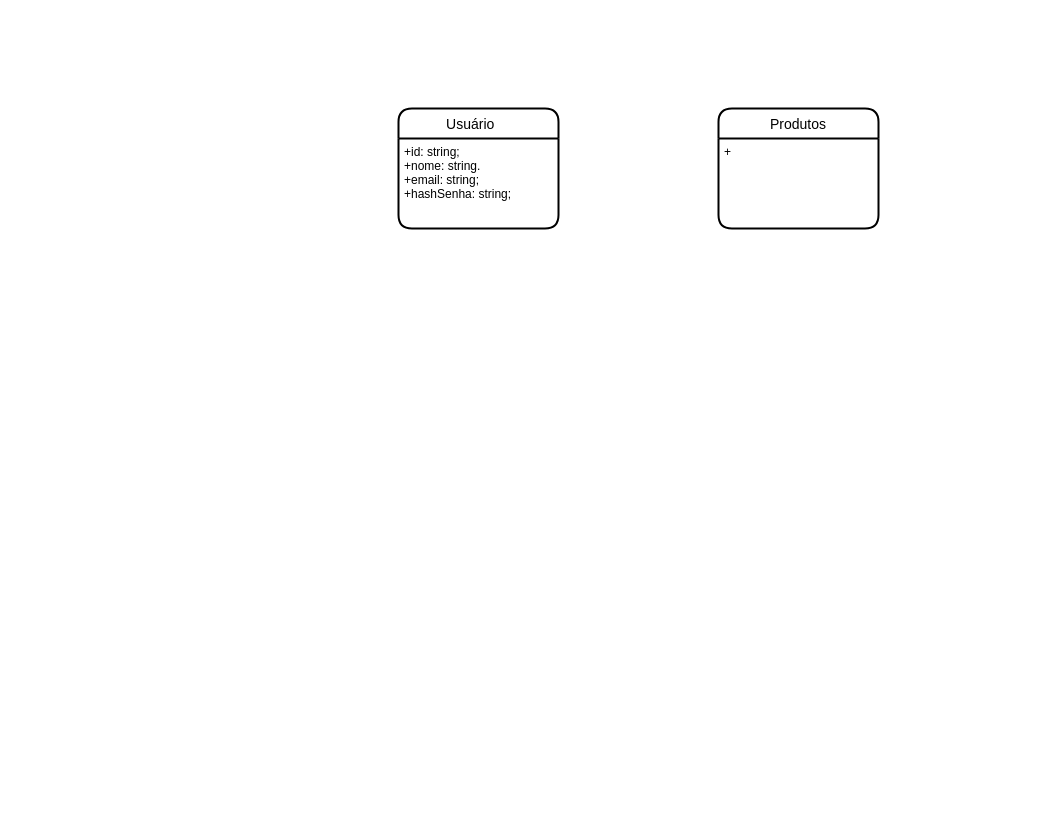
Above: backend/relations_entity/relations.drawio in Joaopdev/MariaPiaDoceria (draw.io), before the change. Source tidied: cells renumbered, new cells numbered last; positions are measured from the earlier drawing's top-left corner, leaving out a move shared by most shapes. Both pictures are drawn from the tidied source at 100%, with x=0, y=0 at pixel (398, 108).
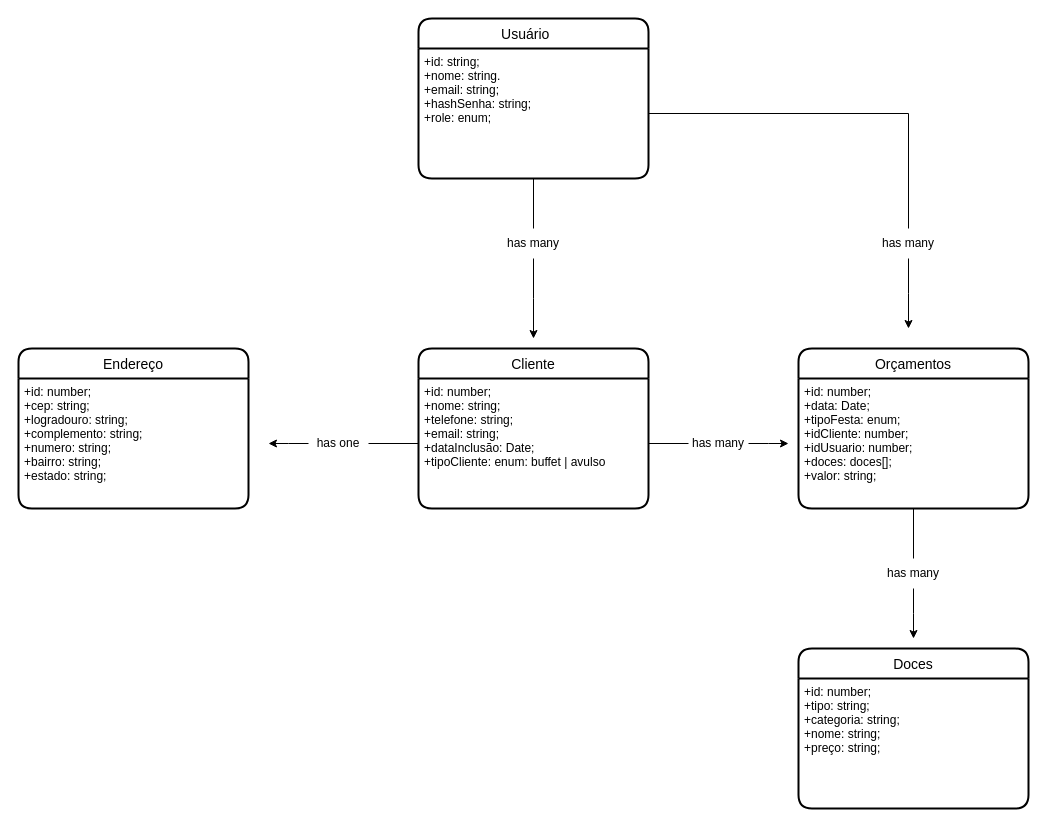
After the change.

The edit, as a diff of the source:
```diff
@@
     <mxCell id="2" value="Usuário    " style="swimlane;horizontal=1;startSize=30;rounded=1;fontSize=14;fontStyle=0;strokeWidth=2;shadow=0;dashed=0;align=center;" parent="1" vertex="1">
-      <mxGeometry width="160" height="120" as="geometry" />
+      <mxGeometry x="20" y="-90" width="230" height="160" as="geometry" />
     </mxCell>
-    <mxCell id="3" value="+id: string;&#10;+nome: string.&#10;+email: string;&#10;+hashSenha: string;" style="align=left;strokeColor=none;fillColor=none;spacingLeft=4;fontSize=12;verticalAlign=top;" parent="2" vertex="1">
-      <mxGeometry y="30" width="160" height="90" as="geometry" />
+    <mxCell id="3" value="+id: string;&#10;+nome: string.&#10;+email: string;&#10;+hashSenha: string;&#10;+role: enum;" style="align=left;strokeColor=none;fillColor=none;spacingLeft=4;fontSize=12;verticalAlign=top;" parent="2" vertex="1">
+      <mxGeometry y="30" width="230" height="130" as="geometry" />
     </mxCell>
-    <mxCell id="4" value="Produtos" style="swimlane;horizontal=1;startSize=30;rounded=1;fontSize=14;fontStyle=0;strokeWidth=2;shadow=0;dashed=0;align=center;" parent="1" vertex="1">
-      <mxGeometry x="320" width="160" height="120" as="geometry" />
+    <mxCell id="4" value="Cliente" style="swimlane;horizontal=1;startSize=30;rounded=1;fontSize=14;fontStyle=0;strokeWidth=2;shadow=0;dashed=0;align=center;" parent="1" vertex="1">
+      <mxGeometry x="20" y="240" width="230" height="160" as="geometry" />
     </mxCell>
-    <mxCell id="5" value="+" style="align=left;strokeColor=none;fillColor=none;spacingLeft=4;fontSize=12;verticalAlign=top;" parent="4" vertex="1">
-      <mxGeometry y="30" width="160" height="90" as="geometry" />
+    <mxCell id="5" value="+id: number;&#10;+nome: string;&#10;+telefone: string;&#10;+email: string;&#10;+dataInclusão: Date;&#10;+tipoCliente: enum: buffet | avulso" style="align=left;strokeColor=none;fillColor=none;spacingLeft=4;fontSize=12;verticalAlign=top;" parent="4" vertex="1">
+      <mxGeometry y="30" width="230" height="130" as="geometry" />
     </mxCell>
+    <mxCell id="6" value="Endereço" style="swimlane;horizontal=1;startSize=30;rounded=1;fontSize=14;fontStyle=0;strokeWidth=2;shadow=0;dashed=0;align=center;" parent="1" vertex="1">
+      <mxGeometry x="-380" y="240" width="230" height="160" as="geometry" />
+    </mxCell>
+    <mxCell id="7" value="+id: number;&#10;+cep: string;&#10;+logradouro: string;&#10;+complemento: string;&#10;+numero: string;&#10;+bairro: string;&#10;+estado: string;" style="align=left;strokeColor=none;fillColor=none;spacingLeft=4;fontSize=12;verticalAlign=top;" parent="6" vertex="1">
+      <mxGeometry y="30" width="230" height="130" as="geometry" />
+    </mxCell>
+    <mxCell id="8" style="edgeStyle=orthogonalEdgeStyle;rounded=0;jettySize=auto;html=1;startArrow=none;" parent="1" edge="1" source="20">
+      <mxGeometry relative="1" as="geometry">
+        <mxPoint x="-130" y="335" as="targetPoint" />
+      </mxGeometry>
+    </mxCell>
+    <mxCell id="9" style="edgeStyle=orthogonalEdgeStyle;rounded=0;jettySize=auto;html=1;startArrow=none;" parent="1" edge="1" source="22">
+      <mxGeometry relative="1" as="geometry">
+        <mxPoint x="135" y="230" as="targetPoint" />
+      </mxGeometry>
+    </mxCell>
+    <mxCell id="10" value="Doces" style="swimlane;horizontal=1;startSize=30;rounded=1;fontSize=14;fontStyle=0;strokeWidth=2;shadow=0;dashed=0;align=center;" parent="1" vertex="1">
+      <mxGeometry x="400" y="540" width="230" height="160" as="geometry" />
+    </mxCell>
+    <mxCell id="11" value="+id: number;&#10;+tipo: string;&#10;+categoria: string;&#10;+nome: string;&#10;+preço: string;" style="align=left;strokeColor=none;fillColor=none;spacingLeft=4;fontSize=12;verticalAlign=top;" parent="10" vertex="1">
+      <mxGeometry y="30" width="230" height="130" as="geometry" />
+    </mxCell>
+    <mxCell id="12" style="edgeStyle=orthogonalEdgeStyle;rounded=0;jettySize=auto;html=1;startArrow=none;" parent="1" edge="1" source="18">
+      <mxGeometry relative="1" as="geometry">
+        <mxPoint x="515" y="530" as="targetPoint" />
+      </mxGeometry>
+    </mxCell>
+    <mxCell id="13" value="Orçamentos" style="swimlane;horizontal=1;startSize=30;rounded=1;fontSize=14;fontStyle=0;strokeWidth=2;shadow=0;dashed=0;align=center;" parent="1" vertex="1">
+      <mxGeometry x="400" y="240" width="230" height="160" as="geometry" />
+    </mxCell>
+    <mxCell id="14" value="+id: number;&#10;+data: Date;&#10;+tipoFesta: enum;&#10;+idCliente: number;&#10;+idUsuario: number;&#10;+doces: doces[];&#10;+valor: string;" style="align=left;strokeColor=none;fillColor=none;spacingLeft=4;fontSize=12;verticalAlign=top;" parent="13" vertex="1">
+      <mxGeometry y="30" width="230" height="130" as="geometry" />
+    </mxCell>
+    <mxCell id="15" style="edgeStyle=orthogonalEdgeStyle;rounded=0;jettySize=auto;html=1;startArrow=none;" parent="1" edge="1" source="16">
+      <mxGeometry relative="1" as="geometry">
+        <mxPoint x="390" y="335" as="targetPoint" />
+      </mxGeometry>
+    </mxCell>
+    <mxCell id="16" value="has many" style="text;html=1;strokeColor=none;fillColor=none;align=center;verticalAlign=middle;whiteSpace=wrap;rounded=0;" parent="1" vertex="1">
+      <mxGeometry x="290" y="320" width="60" height="30" as="geometry" />
+    </mxCell>
+    <mxCell id="17" style="edgeStyle=orthogonalEdgeStyle;rounded=0;jettySize=auto;html=1;endArrow=none;" parent="1" edge="1" source="5" target="16">
+      <mxGeometry relative="1" as="geometry" />
+    </mxCell>
+    <mxCell id="18" value="has many" style="text;html=1;strokeColor=none;fillColor=none;align=center;verticalAlign=middle;whiteSpace=wrap;rounded=0;" parent="1" vertex="1">
+      <mxGeometry x="485" y="450" width="60" height="30" as="geometry" />
+    </mxCell>
+    <mxCell id="19" style="edgeStyle=orthogonalEdgeStyle;rounded=0;jettySize=auto;html=1;endArrow=none;" parent="1" edge="1" source="13" target="18">
+      <mxGeometry relative="1" as="geometry" />
+    </mxCell>
+    <mxCell id="20" value="has one" style="text;html=1;strokeColor=none;fillColor=none;align=center;verticalAlign=middle;whiteSpace=wrap;rounded=0;" parent="1" vertex="1">
+      <mxGeometry x="-90" y="320" width="60" height="30" as="geometry" />
+    </mxCell>
+    <mxCell id="21" style="edgeStyle=orthogonalEdgeStyle;rounded=0;jettySize=auto;html=1;endArrow=none;" parent="1" edge="1" source="5" target="20">
+      <mxGeometry relative="1" as="geometry" />
+    </mxCell>
+    <mxCell id="22" value="has many" style="text;html=1;strokeColor=none;fillColor=none;align=center;verticalAlign=middle;whiteSpace=wrap;rounded=0;" parent="1" vertex="1">
+      <mxGeometry x="105" y="120" width="60" height="30" as="geometry" />
+    </mxCell>
+    <mxCell id="23" style="edgeStyle=orthogonalEdgeStyle;rounded=0;jettySize=auto;html=1;endArrow=none;" parent="1" edge="1" source="3" target="22">
+      <mxGeometry relative="1" as="geometry" />
+    </mxCell>
+    <mxCell id="24" style="edgeStyle=orthogonalEdgeStyle;rounded=0;jettySize=auto;html=1;startArrow=none;" parent="1" edge="1" source="25">
+      <mxGeometry relative="1" as="geometry">
+        <mxPoint x="510" y="220" as="targetPoint" />
+      </mxGeometry>
+    </mxCell>
+    <mxCell id="25" value="has many" style="text;html=1;strokeColor=none;fillColor=none;align=center;verticalAlign=middle;whiteSpace=wrap;rounded=0;" parent="1" vertex="1">
+      <mxGeometry x="480" y="120" width="60" height="30" as="geometry" />
+    </mxCell>
+    <mxCell id="26" style="edgeStyle=orthogonalEdgeStyle;rounded=0;jettySize=auto;html=1;endArrow=none;" parent="1" edge="1" source="3" target="25">
+      <mxGeometry relative="1" as="geometry" />
+    </mxCell>
```
